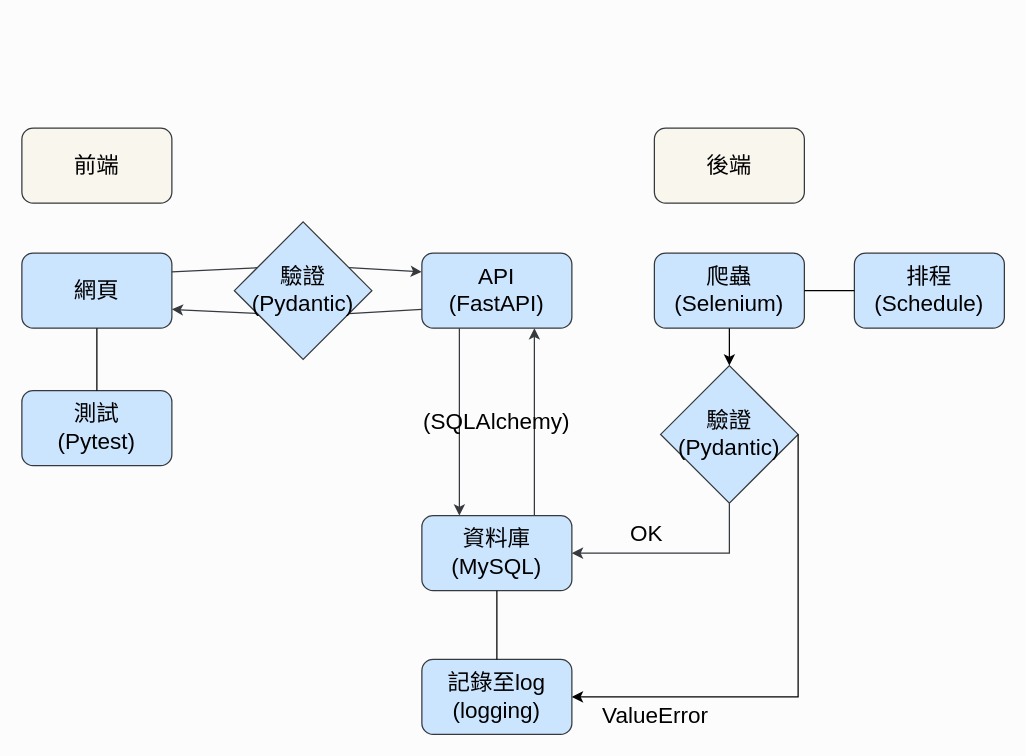
This is image/架構.drawio from wosamar/web-crawler, a draw.io file, before an edit. Source tidied: cells renumbered, new cells numbered last; positions are measured from the earlier drawing's top-left corner, leaving out a move shared by most shapes. Both pictures are drawn from the tidied source at 125%, with x=0, y=0 at pixel (21, 128).
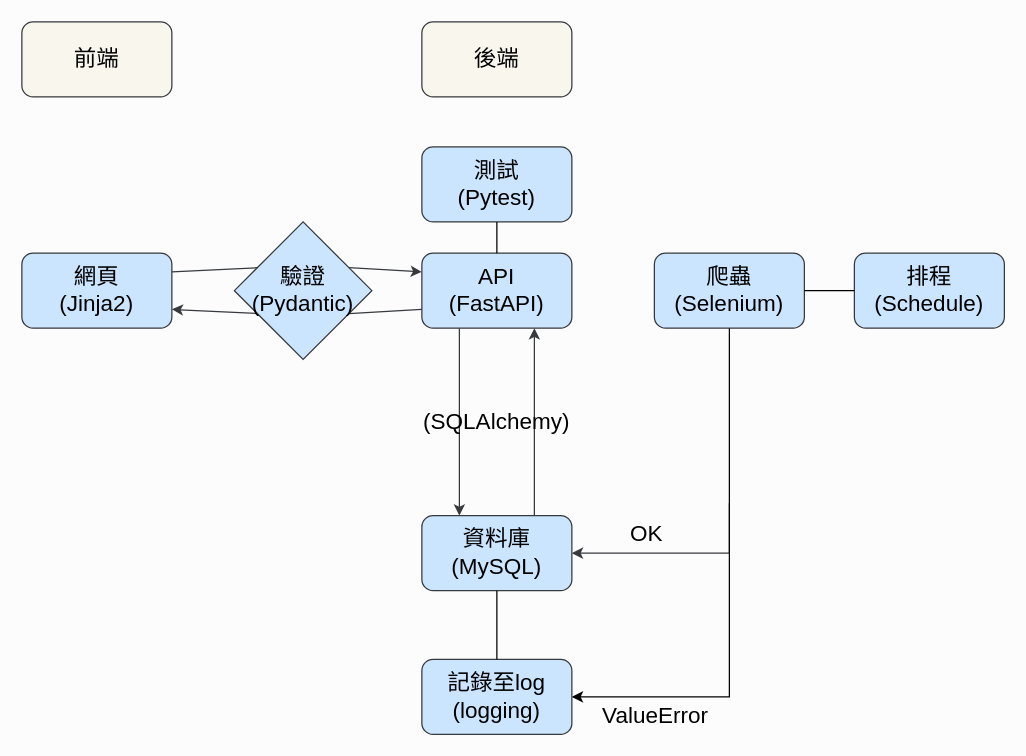
After the change.

The change refers to these unchanged cells:
```xml
<mxCell id="4" value="爬蟲(Selenium)" style="rounded=1;whiteSpace=wrap;html=1;fontSize=18;fillColor=#cce5ff;strokeColor=#36393d;" parent="1" vertex="1">
  <mxGeometry x="506" y="100" width="120" height="60" as="geometry" />
</mxCell>
<mxCell id="6" value="資料庫&lt;br&gt;(MySQL)" style="rounded=1;whiteSpace=wrap;html=1;fontSize=18;fillColor=#cce5ff;strokeColor=#36393d;" parent="1" vertex="1">
  <mxGeometry x="320" y="310" width="120" height="60" as="geometry" />
</mxCell>
<mxCell id="7" value="API&lt;br&gt;(FastAPI)" style="rounded=1;whiteSpace=wrap;html=1;fontSize=18;fillColor=#cce5ff;strokeColor=#36393d;" parent="1" vertex="1">
  <mxGeometry x="320" y="100" width="120" height="60" as="geometry" />
</mxCell>
<mxCell id="15" value="記錄至log&lt;br&gt;(logging)" style="rounded=1;whiteSpace=wrap;html=1;fontSize=18;fillColor=#cce5ff;strokeColor=#36393d;" parent="1" vertex="1">
  <mxGeometry x="320" y="425" width="120" height="60" as="geometry" />
</mxCell>
```

Diff of the diagram source:
```diff
@@
     <mxCell id="2" value="&lt;font style=&quot;font-size: 18px;&quot;&gt;前端&lt;/font&gt;" style="rounded=1;whiteSpace=wrap;html=1;fillColor=#f9f7ed;strokeColor=#36393d;" parent="1" vertex="1">
-      <mxGeometry width="120" height="60" as="geometry" />
+      <mxGeometry y="-85" width="120" height="60" as="geometry" />
     </mxCell>
     <mxCell id="3" value="&lt;font style=&quot;font-size: 18px;&quot;&gt;後端&lt;/font&gt;" style="rounded=1;whiteSpace=wrap;html=1;fillColor=#f9f7ed;strokeColor=#36393d;" parent="1" vertex="1">
-      <mxGeometry x="506" width="120" height="60" as="geometry" />
+      <mxGeometry x="320" y="-85" width="120" height="60" as="geometry" />
     </mxCell>
@@
-    <mxCell id="8" value="網頁" style="rounded=1;whiteSpace=wrap;html=1;fontSize=18;fillColor=#cce5ff;strokeColor=#36393d;" parent="1" vertex="1">
+    <mxCell id="8" value="網頁&lt;br&gt;(Jinja2)" style="rounded=1;whiteSpace=wrap;html=1;fontSize=18;fillColor=#cce5ff;strokeColor=#36393d;" parent="1" vertex="1">
       <mxGeometry y="100" width="120" height="60" as="geometry" />
     </mxCell>
@@
-    <mxCell id="11" style="endArrow=classic;html=1;rounded=0;fontSize=18;entryX=1;entryY=0.5;entryDx=0;entryDy=0;fillColor=#cce5ff;strokeColor=#36393d;startArrow=none;exitX=0.5;exitY=1;exitDx=0;exitDy=0;" parent="1" edge="1" source="19" target="6">
+    <mxCell id="11" style="endArrow=classic;html=1;rounded=0;fontSize=18;entryX=1;entryY=0.5;entryDx=0;entryDy=0;fillColor=#cce5ff;strokeColor=#36393d;startArrow=none;exitX=0.5;exitY=1;exitDx=0;exitDy=0;" parent="1" edge="1" target="6">
       <mxGeometry relative="1" as="geometry">
+        <mxPoint x="566" y="300" as="sourcePoint" />
         <Array as="points">
           <mxPoint x="566" y="340" />
         </Array>
       </mxGeometry>
     </mxCell>
@@
-    <mxCell id="19" value="驗證&lt;br&gt;(Pydantic)" style="rhombus;whiteSpace=wrap;html=1;fontSize=18;fillColor=#cce5ff;strokeColor=#36393d;" parent="1" vertex="1">
-      <mxGeometry x="511" y="190" width="110" height="110" as="geometry" />
-    </mxCell>
-    <mxCell id="20" style="endArrow=classic;html=1;rounded=0;fontSize=18;entryX=0.5;entryY=0;entryDx=0;entryDy=0;exitX=0.5;exitY=1;exitDx=0;exitDy=0;" parent="1" edge="1" source="4" target="19">
-      <mxGeometry relative="1" as="geometry" />
-    </mxCell>
@@
-    <mxCell id="23" style="endArrow=classic;html=1;rounded=0;fontSize=18;exitX=1;exitY=0.5;exitDx=0;exitDy=0;entryX=1;entryY=0.5;entryDx=0;entryDy=0;" parent="1" edge="1" source="19" target="15">
-      <mxGeometry relative="1" as="geometry">
-        <Array as="points">
-          <mxPoint x="621" y="455" />
-        </Array>
-      </mxGeometry>
-    </mxCell>
@@
     <mxCell id="26" value="測試&lt;br&gt;(Pytest)" style="rounded=1;whiteSpace=wrap;html=1;fontSize=18;fillColor=#cce5ff;strokeColor=#36393d;" parent="1" vertex="1">
-      <mxGeometry y="210" width="120" height="60" as="geometry" />
+      <mxGeometry x="320" y="15" width="120" height="60" as="geometry" />
     </mxCell>
-    <mxCell id="27" style="endArrow=none;html=1;rounded=0;fontSize=18;entryX=0.5;entryY=1;entryDx=0;entryDy=0;exitX=0.5;exitY=0;exitDx=0;exitDy=0;" parent="1" edge="1" source="26" target="8">
-      <mxGeometry relative="1" as="geometry" />
-    </mxCell>
+    <mxCell id="28" style="endArrow=classic;html=1;rounded=0;exitX=0.5;exitY=1;exitDx=0;exitDy=0;entryX=1;entryY=0.5;entryDx=0;entryDy=0;" parent="1" edge="1" source="4" target="15">
+      <mxGeometry relative="1" as="geometry">
+        <Array as="points">
+          <mxPoint x="566" y="455" />
+        </Array>
+      </mxGeometry>
+    </mxCell>
+    <mxCell id="29" style="endArrow=none;html=1;rounded=0;exitX=0.5;exitY=1;exitDx=0;exitDy=0;entryX=0.5;entryY=0;entryDx=0;entryDy=0;" parent="1" edge="1" source="26" target="7">
+      <mxGeometry relative="1" as="geometry" />
+    </mxCell>
```
